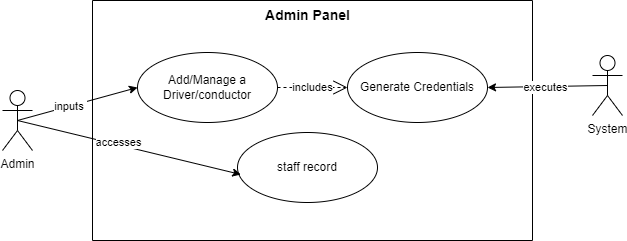
The draw.io diagram Project Real-Time Bus ID Verification and Tracking/DOCUMENTATION/UseCaseDiagrams/BusStaffManagement.drawio.png in Abubakar-doc/FYP-24-SE-A-204, before a commit. Source tidied: cells renumbered, new cells last; positions are measured from the earlier drawing's top-left corner, leaving out a move shared by most shapes.
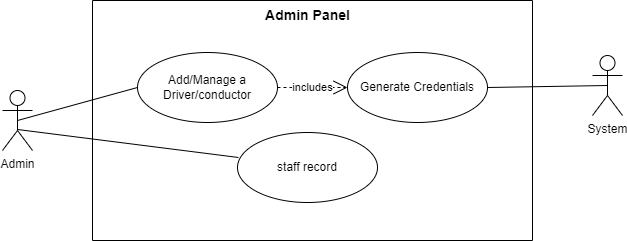
After the change.

The edit, as a diff of the source:
```diff
@@ -11,12 +11,6 @@
     <mxCell id="4" value="System" style="shape=umlActor;verticalLabelPosition=bottom;verticalAlign=top;html=1;" parent="2" vertex="1">
       <mxGeometry x="500" y="55" width="30" height="60" as="geometry" />
     </mxCell>
-    <mxCell id="5" style="rounded=0;jettySize=auto;html=1;exitX=0.5;exitY=0.5;exitDx=0;exitDy=0;exitPerimeter=0;entryX=1;entryY=0.5;entryDx=0;entryDy=0;" parent="2" edge="1" source="4" target="9">
-      <mxGeometry relative="1" as="geometry" />
-    </mxCell>
-    <mxCell id="6" value="executes" style="edgeLabel;html=1;align=center;verticalAlign=middle;" parent="5" vertex="1">
-      <mxGeometry x="0.05" relative="1" as="geometry" />
-    </mxCell>
     <mxCell id="7" value="Add/Manage a Driver/conductor" style="ellipse;whiteSpace=wrap;html=1;" parent="2" vertex="1">
       <mxGeometry x="45" y="52" width="140" height="70" as="geometry" />
     </mxCell>
@@ -29,20 +23,17 @@
     <mxCell id="10" value="&lt;b&gt;&lt;font style=&quot;font-size: 14px;&quot;&gt;Admin Panel&lt;/font&gt;&lt;/b&gt;" style="text;html=1;align=center;verticalAlign=middle;strokeColor=none;fillColor=none;" parent="2" vertex="1">
       <mxGeometry x="160" width="110" height="30" as="geometry" />
     </mxCell>
+    <mxCell id="16" style="endArrow=none;html=1;rounded=0;entryX=0.5;entryY=0.5;entryDx=0;entryDy=0;entryPerimeter=0;exitX=1;exitY=0.5;exitDx=0;exitDy=0;" parent="2" edge="1" source="9" target="4">
+      <mxGeometry relative="1" as="geometry" />
+    </mxCell>
+    <mxCell id="13" value="Admin" style="shape=umlActor;verticalLabelPosition=bottom;verticalAlign=top;html=1;" parent="1" vertex="1">
+      <mxGeometry y="90" width="30" height="60" as="geometry" />
+    </mxCell>
-    <mxCell id="11" style="rounded=0;jettySize=auto;html=1;exitX=0.5;exitY=0.5;exitDx=0;exitDy=0;exitPerimeter=0;entryX=0;entryY=0.5;entryDx=0;entryDy=0;" parent="1" edge="1" source="13" target="7">
+    <mxCell id="11" style="endArrow=none;html=1;rounded=0;exitX=0.5;exitY=0.5;exitDx=0;exitDy=0;exitPerimeter=0;entryX=0;entryY=0.5;entryDx=0;entryDy=0;" parent="1" edge="1" source="13" target="7">
       <mxGeometry relative="1" as="geometry" />
     </mxCell>
-    <mxCell id="12" value="inputs&amp;nbsp;" style="edgeLabel;html=1;align=center;verticalAlign=middle;" parent="11" vertex="1">
-      <mxGeometry x="-0.14" relative="1" as="geometry" />
-    </mxCell>
-    <mxCell id="13" value="Admin" style="shape=umlActor;verticalLabelPosition=bottom;verticalAlign=top;html=1;" parent="1" vertex="1">
-      <mxGeometry y="90" width="30" height="60" as="geometry" />
-    </mxCell>
-    <mxCell id="14" style="rounded=0;jettySize=auto;html=1;exitX=0.5;exitY=0.5;exitDx=0;exitDy=0;exitPerimeter=0;entryX=0.024;entryY=0.6;entryDx=0;entryDy=0;entryPerimeter=0;strokeColor=default;" parent="1" edge="1" source="13" target="8">
+    <mxCell id="14" style="endArrow=none;html=1;rounded=0;exitX=0.5;exitY=0.65;exitDx=0;exitDy=0;exitPerimeter=0;entryX=0.007;entryY=0.357;entryDx=0;entryDy=0;entryPerimeter=0;" parent="1" edge="1" source="13" target="8">
       <mxGeometry relative="1" as="geometry" />
     </mxCell>
-    <mxCell id="15" value="accesses" style="edgeLabel;html=1;align=center;verticalAlign=middle;" parent="14" vertex="1">
-      <mxGeometry x="-0.11" y="3" relative="1" as="geometry" />
-    </mxCell>
   </root>
 </mxGraphModel>
```
